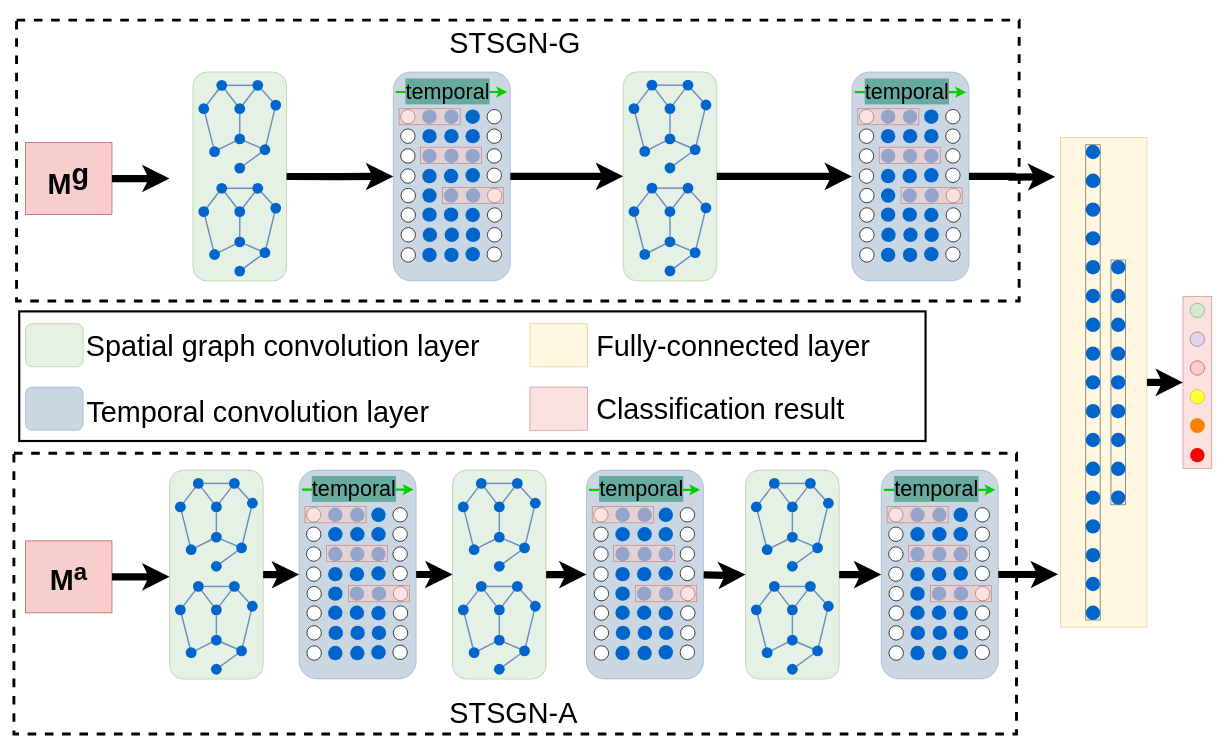
1009351456/Anonymous keeps this draw.io diagram as page "Page-3" (3 of 3) of FG4.drawio. Above is the earlier version. Source tidied: cells renumbered, new cells numbered last; positions are measured from the earlier drawing's top-left corner, leaving out a move shared by most shapes. Both pictures are drawn from the tidied source at 72%, with x=0, y=0 at pixel (14, 20).
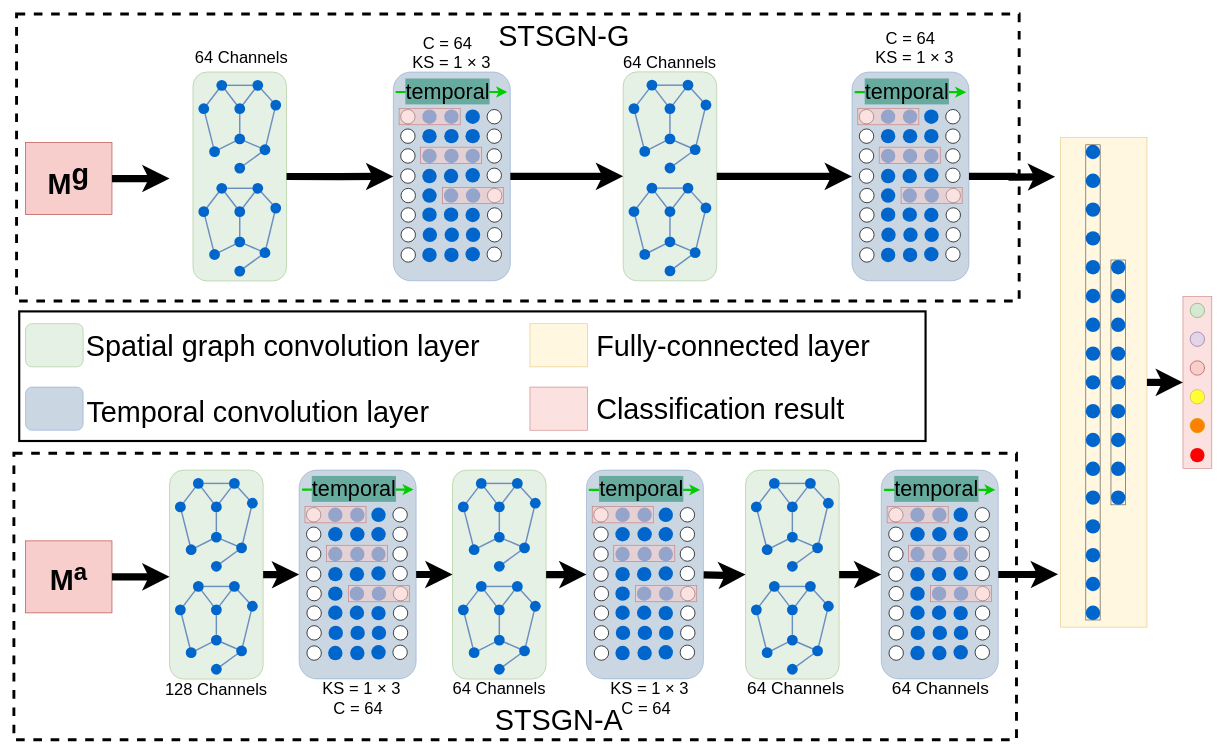
Above is the later version.

Change to the diagram source:
```diff
@@
     <mxCell id="2" style="rounded=0;whiteSpace=wrap;html=1;fontSize=15;dashed=1;strokeWidth=4;" parent="1" vertex="1">
-      <mxGeometry x="-0.2" y="601" width="1392.5" height="390" as="geometry" />
+      <mxGeometry x="-0.2" y="601" width="1392.5" height="398" as="geometry" />
     </mxCell>
     <mxCell id="3" style="rounded=0;whiteSpace=wrap;html=1;fontSize=15;dashed=1;strokeWidth=4;" parent="1" vertex="1">
-      <mxGeometry x="3.5" y="-0.5" width="1392.5" height="390" as="geometry" />
+      <mxGeometry x="3.5" y="-9" width="1392.5" height="398.5" as="geometry" />
     </mxCell>
@@
     <mxCell id="356" value="STSGN-G" style="text;html=1;strokeColor=none;fillColor=none;align=center;verticalAlign=middle;whiteSpace=wrap;rounded=0;dashed=1;fontSize=40;" parent="1" vertex="1">
-      <mxGeometry x="6" y="-0.5" width="1380" height="60" as="geometry" />
+      <mxGeometry x="73.5" y="-9" width="1380" height="60" as="geometry" />
     </mxCell>
@@
     <mxCell id="444" value="STSGN-A" style="text;html=1;strokeColor=none;fillColor=none;align=center;verticalAlign=middle;whiteSpace=wrap;rounded=0;dashed=1;fontSize=40;" parent="1" vertex="1">
-      <mxGeometry x="3.5" y="931" width="1380" height="60" as="geometry" />
+      <mxGeometry x="66.5" y="941" width="1380" height="60" as="geometry" />
     </mxCell>
@@
+    <mxCell id="501" value="64 Channels" style="text;html=1;strokeColor=none;fillColor=none;align=center;verticalAlign=middle;whiteSpace=wrap;rounded=0;fontSize=23;" parent="1" vertex="1">
+      <mxGeometry x="246" y="31.3" width="140" height="40" as="geometry" />
+    </mxCell>
+    <mxCell id="502" value="&amp;nbsp; &amp;nbsp; KS = 1 × 3&amp;nbsp;&amp;nbsp;" style="text;html=1;strokeColor=none;fillColor=none;align=center;verticalAlign=middle;whiteSpace=wrap;rounded=0;fontSize=23;" parent="1" vertex="1">
+      <mxGeometry x="401" y="915.9" width="150.5" height="25.1" as="geometry" />
+    </mxCell>
+    <mxCell id="503" value="64 Channels" style="text;html=1;strokeColor=none;fillColor=none;align=center;verticalAlign=middle;whiteSpace=wrap;rounded=0;fontSize=23;" parent="1" vertex="1">
+      <mxGeometry x="604" y="908.4" width="140" height="40" as="geometry" />
+    </mxCell>
+    <mxCell id="504" value="128 Channels" style="text;html=1;strokeColor=none;fillColor=none;align=center;verticalAlign=middle;whiteSpace=wrap;rounded=0;fontSize=23;" parent="1" vertex="1">
+      <mxGeometry x="207.2" y="908.5" width="147.5" height="40" as="geometry" />
+    </mxCell>
+    <mxCell id="505" value="64 Channels" style="text;html=1;strokeColor=none;fillColor=none;align=center;verticalAlign=middle;whiteSpace=wrap;rounded=0;fontSize=24;" parent="1" vertex="1">
+      <mxGeometry x="1217.2" y="908.4" width="140" height="40" as="geometry" />
+    </mxCell>
+    <mxCell id="506" value="64 Channels" style="text;html=1;strokeColor=none;fillColor=none;align=center;verticalAlign=middle;whiteSpace=wrap;rounded=0;fontSize=24;" parent="1" vertex="1">
+      <mxGeometry x="1016" y="908.4" width="140" height="40" as="geometry" />
+    </mxCell>
+    <mxCell id="507" value="C = 64&amp;nbsp;&amp;nbsp;" style="text;html=1;strokeColor=none;fillColor=none;align=left;verticalAlign=middle;whiteSpace=wrap;rounded=0;fontSize=23;" parent="1" vertex="1">
+      <mxGeometry x="441.5" y="941.6" width="90" height="26.3" as="geometry" />
+    </mxCell>
+    <mxCell id="508" value="&amp;nbsp; &amp;nbsp; KS = 1 × 3&amp;nbsp;&amp;nbsp;" style="text;html=1;strokeColor=none;fillColor=none;align=center;verticalAlign=middle;whiteSpace=wrap;rounded=0;fontSize=23;" parent="1" vertex="1">
+      <mxGeometry x="801" y="915.3" width="150.5" height="26.3" as="geometry" />
+    </mxCell>
+    <mxCell id="509" value="C = 64&amp;nbsp;&amp;nbsp;" style="text;html=1;strokeColor=none;fillColor=none;align=left;verticalAlign=middle;whiteSpace=wrap;rounded=0;fontSize=23;" parent="1" vertex="1">
+      <mxGeometry x="841.5" y="941" width="90" height="27.5" as="geometry" />
+    </mxCell>
+    <mxCell id="510" value="&amp;nbsp; &amp;nbsp; KS = 1 × 3&amp;nbsp;&amp;nbsp;" style="text;html=1;strokeColor=none;fillColor=none;align=center;verticalAlign=middle;whiteSpace=wrap;rounded=0;fontSize=23;" parent="1" vertex="1">
+      <mxGeometry x="1168.8" y="41" width="150.5" height="21.2" as="geometry" />
+    </mxCell>
+    <mxCell id="511" value="C = 64&amp;nbsp;&amp;nbsp;" style="text;html=1;strokeColor=none;fillColor=none;align=left;verticalAlign=middle;whiteSpace=wrap;rounded=0;fontSize=23;" parent="1" vertex="1">
+      <mxGeometry x="1209.2" y="11" width="90" height="27.5" as="geometry" />
+    </mxCell>
+    <mxCell id="512" value="&amp;nbsp; &amp;nbsp; KS = 1 × 3&amp;nbsp;&amp;nbsp;" style="text;html=1;strokeColor=none;fillColor=none;align=center;verticalAlign=middle;whiteSpace=wrap;rounded=0;fontSize=23;" parent="1" vertex="1">
+      <mxGeometry x="525.5" y="45.3" width="150.5" height="26.3" as="geometry" />
+    </mxCell>
+    <mxCell id="513" value="C = 64&amp;nbsp;&amp;nbsp;" style="text;html=1;strokeColor=none;fillColor=none;align=left;verticalAlign=middle;whiteSpace=wrap;rounded=0;fontSize=23;" parent="1" vertex="1">
+      <mxGeometry x="566" y="17.8" width="90" height="27.5" as="geometry" />
+    </mxCell>
+    <mxCell id="514" value="64 Channels" style="text;html=1;strokeColor=none;fillColor=none;align=center;verticalAlign=middle;whiteSpace=wrap;rounded=0;fontSize=23;" parent="1" vertex="1">
+      <mxGeometry x="841" y="38.4" width="140" height="40" as="geometry" />
+    </mxCell>
```
